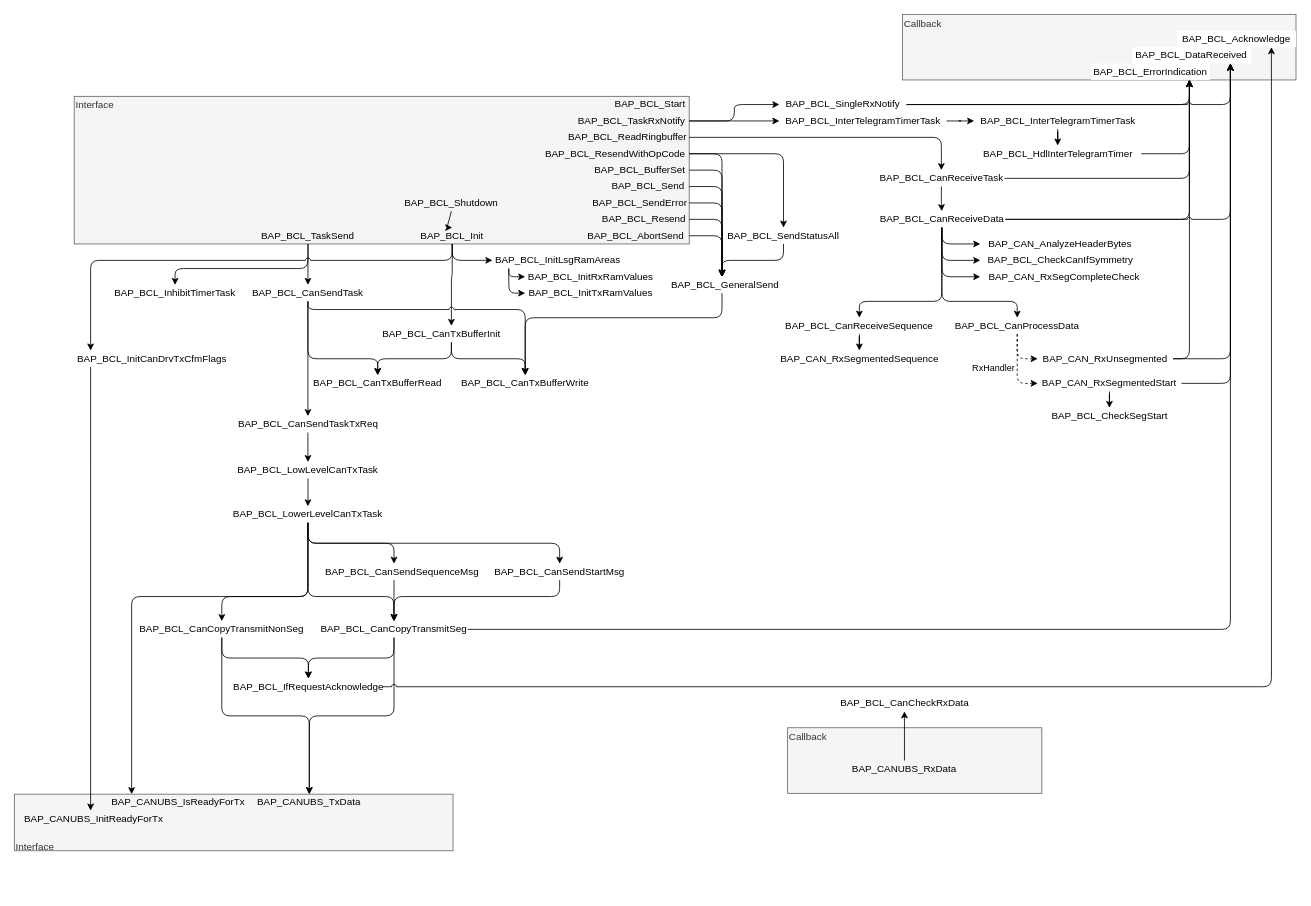
danielroehrborn/flow-design-cheatsheet keeps this draw.io diagram as Untitled Diagram.drawio. Above is the earlier version. Source tidied: cells renumbered, new cells numbered last; positions are measured from the earlier drawing's top-left corner, leaving out a move shared by most shapes. Both pictures are drawn from the tidied source at 82%, with x=0, y=0 at pixel (14, 14).
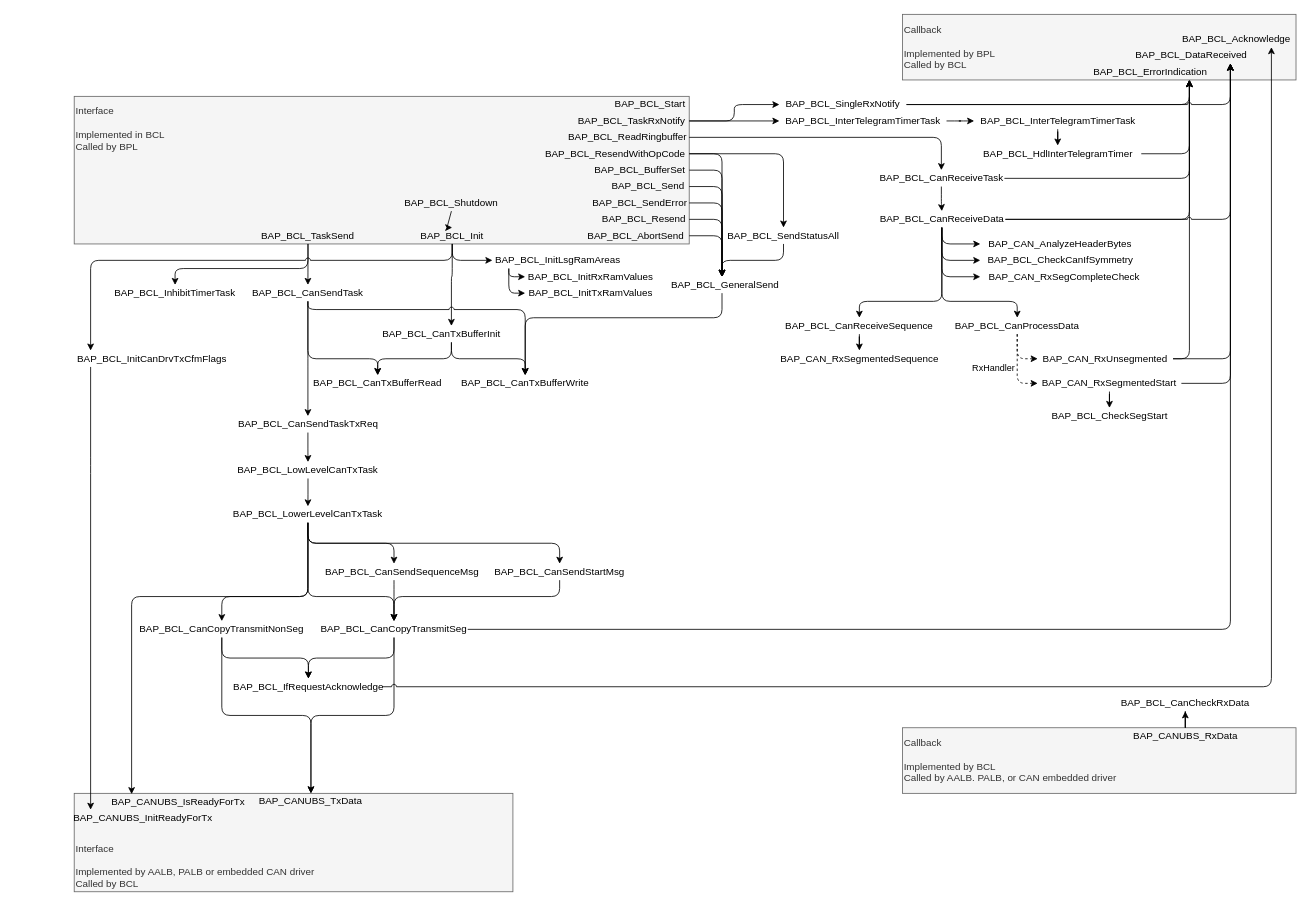
Above is the later version.

The edit, as a diff of the source:
```diff
@@
-    <mxCell id="2" value="&lt;br&gt;&lt;br&gt;&lt;br&gt;&lt;br&gt;Interface" style="rounded=0;whiteSpace=wrap;html=1;align=left;fillColor=#f5f5f5;strokeColor=#666666;fontColor=#333333;" parent="1" vertex="1">
-      <mxGeometry y="951" width="535" height="69" as="geometry" />
+    <mxCell id="2" value="&lt;br&gt;&lt;br&gt;&lt;br&gt;&lt;br&gt;Interface&lt;br&gt;&lt;br&gt;Implemented by AALB, PALB or embedded CAN driver&lt;br&gt;Called by BCL" style="rounded=0;whiteSpace=wrap;html=1;align=left;fillColor=#f5f5f5;strokeColor=#666666;fontColor=#333333;" parent="1" vertex="1">
+      <mxGeometry x="73" y="950" width="535" height="120" as="geometry" />
     </mxCell>
-    <mxCell id="3" value="Callback&lt;br&gt;&lt;br&gt;&lt;br&gt;&lt;br&gt;&lt;br&gt;" style="rounded=0;whiteSpace=wrap;html=1;align=left;fillColor=#f5f5f5;strokeColor=#666666;fontColor=#333333;" parent="1" vertex="1">
+    <mxCell id="3" value="Callback&lt;br&gt;&lt;br&gt;Implemented by BPL&lt;br&gt;Called by BCL&lt;br&gt;" style="rounded=0;whiteSpace=wrap;html=1;align=left;fillColor=#f5f5f5;strokeColor=#666666;fontColor=#333333;" parent="1" vertex="1">
       <mxGeometry x="1083" width="480" height="80" as="geometry" />
     </mxCell>
-    <mxCell id="4" value="Interface&lt;br&gt;&lt;br&gt;&lt;br&gt;&lt;br&gt;&lt;br&gt;&lt;br&gt;&lt;br&gt;&lt;br&gt;&lt;br&gt;&lt;br&gt;&lt;br&gt;&lt;br&gt;" style="rounded=0;whiteSpace=wrap;html=1;align=left;fillColor=#f5f5f5;strokeColor=#666666;fontColor=#333333;" parent="1" vertex="1">
+    <mxCell id="4" value="Interface&lt;br&gt;&lt;br&gt;Implemented in BCL&lt;br&gt;Called by BPL&lt;br&gt;&lt;br&gt;&lt;br&gt;&lt;br&gt;&lt;br&gt;&lt;br&gt;&lt;br&gt;&lt;br&gt;" style="rounded=0;whiteSpace=wrap;html=1;align=left;fillColor=#f5f5f5;strokeColor=#666666;fontColor=#333333;" parent="1" vertex="1">
       <mxGeometry x="73" y="100" width="750" height="180" as="geometry" />
     </mxCell>
@@
-    <mxCell id="80" value="BAP_BCL_ErrorIndication" style="rounded=0;whiteSpace=wrap;html=1;strokeColor=none;" parent="1" vertex="1">
+    <mxCell id="80" value="BAP_BCL_ErrorIndication" style="rounded=0;whiteSpace=wrap;html=1;strokeColor=none;fillColor=none;" parent="1" vertex="1">
       <mxGeometry x="1313" y="60" width="145" height="20" as="geometry" />
     </mxCell>
-    <mxCell id="81" value="BAP_BCL_DataReceived" style="rounded=0;whiteSpace=wrap;html=1;strokeColor=none;" parent="1" vertex="1">
+    <mxCell id="81" value="BAP_BCL_DataReceived" style="rounded=0;whiteSpace=wrap;html=1;strokeColor=none;fillColor=none;" parent="1" vertex="1">
       <mxGeometry x="1363" y="40" width="145" height="20" as="geometry" />
     </mxCell>
-    <mxCell id="82" value="BAP_BCL_Acknowledge" style="rounded=0;whiteSpace=wrap;html=1;strokeColor=none;" parent="1" vertex="1">
+    <mxCell id="82" value="BAP_BCL_Acknowledge" style="rounded=0;whiteSpace=wrap;html=1;strokeColor=none;fillColor=none;" parent="1" vertex="1">
       <mxGeometry x="1418" y="20" width="145" height="20" as="geometry" />
     </mxCell>
@@
     <mxCell id="106" value="BAP_CANUBS_TxData" style="rounded=0;whiteSpace=wrap;html=1;strokeColor=none;fillColor=none;" parent="1" vertex="1">
-      <mxGeometry x="287.2" y="951" width="145" height="20" as="geometry" />
+      <mxGeometry x="289.2" y="950" width="145" height="20" as="geometry" />
     </mxCell>
@@
     <mxCell id="108" value="BAP_CANUBS_InitReadyForTx" style="rounded=0;whiteSpace=wrap;html=1;strokeColor=none;fillColor=none;" parent="1" vertex="1">
-      <mxGeometry x="13" y="971" width="167.5" height="20" as="geometry" />
+      <mxGeometry x="73" y="970" width="167.5" height="20" as="geometry" />
     </mxCell>
@@
-    <mxCell id="110" value="Callback&lt;br&gt;&lt;br&gt;&lt;br&gt;&lt;br&gt;&lt;br&gt;" style="rounded=0;whiteSpace=wrap;html=1;align=left;fillColor=#f5f5f5;strokeColor=#666666;fontColor=#333333;" parent="1" vertex="1">
-      <mxGeometry x="943" y="870" width="310" height="80" as="geometry" />
+    <mxCell id="110" value="Callback&lt;br&gt;&lt;br&gt;Implemented by BCL&lt;br&gt;Called by AALB. PALB, or CAN embedded driver" style="rounded=0;whiteSpace=wrap;html=1;align=left;fillColor=#f5f5f5;strokeColor=#666666;fontColor=#333333;" parent="1" vertex="1">
+      <mxGeometry x="1083" y="870" width="480" height="80" as="geometry" />
     </mxCell>
     <mxCell id="111" value="BAP_CANUBS_RxData" style="rounded=0;whiteSpace=wrap;html=1;strokeColor=none;fillColor=none;" parent="1" vertex="1">
-      <mxGeometry x="1013" y="910" width="145" height="20" as="geometry" />
+      <mxGeometry x="1355.5" y="870" width="145" height="20" as="geometry" />
     </mxCell>
     <mxCell id="112" value="BAP_BCL_CanCheckRxData" style="rounded=0;whiteSpace=wrap;html=1;strokeColor=none;fillColor=none;" parent="1" vertex="1">
-      <mxGeometry x="1000.5" y="830" width="170" height="20" as="geometry" />
+      <mxGeometry x="1343" y="830" width="170" height="20" as="geometry" />
     </mxCell>
     <mxCell id="113" style="edgeStyle=orthogonalEdgeStyle;rounded=0;jettySize=auto;html=1;" parent="1" edge="1" source="111" target="112">
-      <mxGeometry x="490" y="-300" as="geometry" />
+      <mxGeometry x="832.5" y="-290" as="geometry" />
     </mxCell>
```
